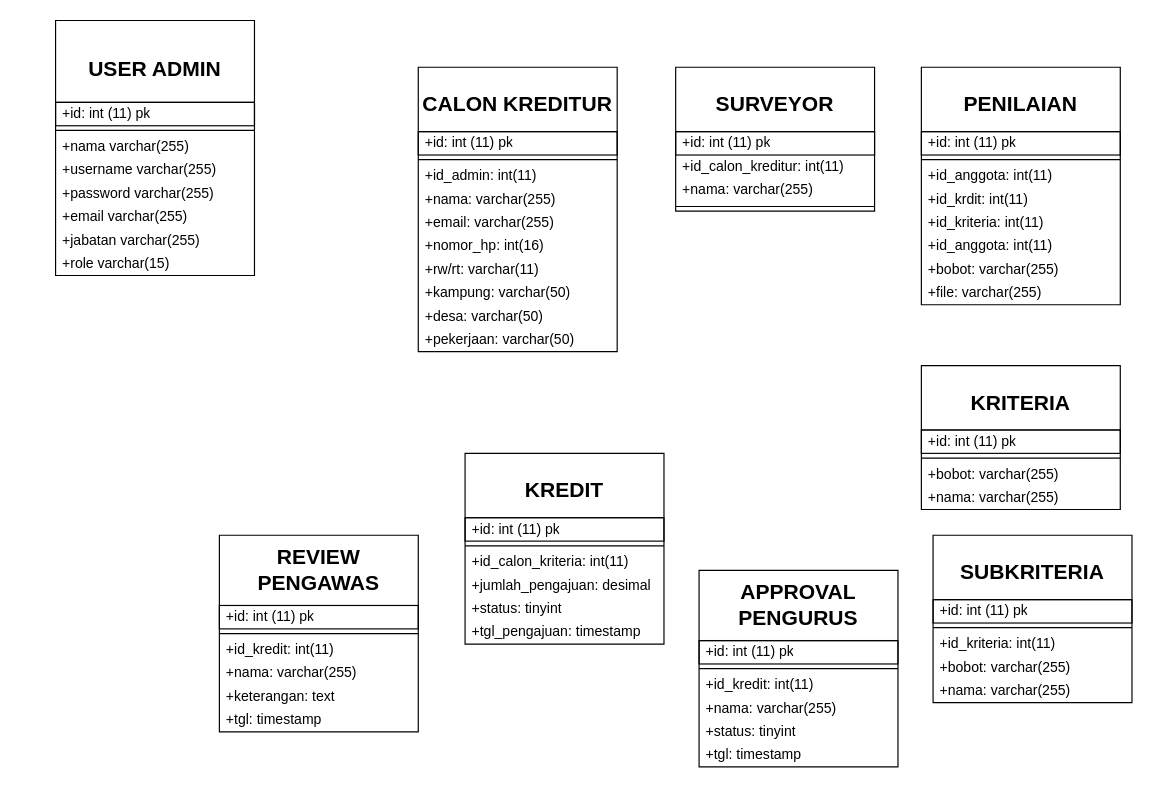
Above: page "LRS-V1" (40 of 41) of public/Untitled Diagram.drawio in alinurd/simpanPinjam (draw.io), before the change. Source tidied: cells renumbered, new cells numbered last; positions are measured from the earlier drawing's top-left corner, leaving out a move shared by most shapes. Both pictures are drawn from the tidied source at 117%, with x=0, y=0 at pixel (55, 20).
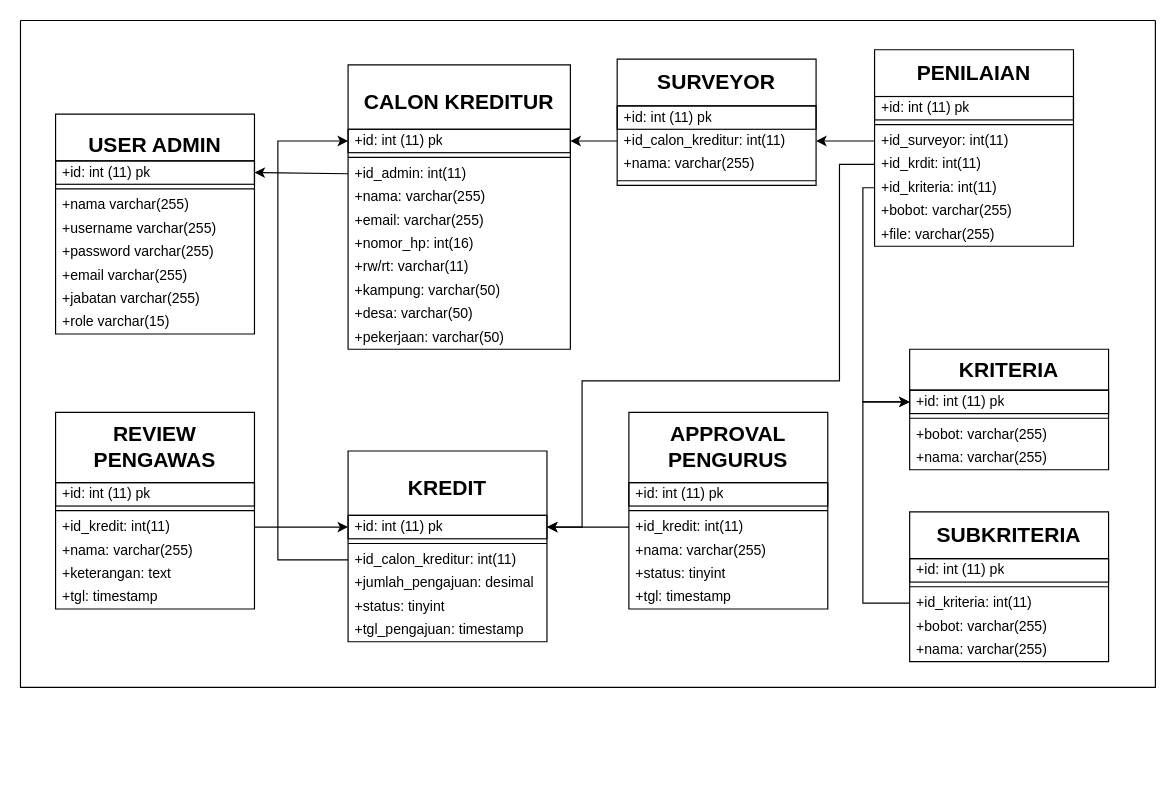
The same page after the edit.

The change refers to these unchanged cells:
```xml
<mxCell id="48" value="+id: int (11) pk" style="text;html=1;strokeColor=default;fillColor=none;align=left;verticalAlign=middle;spacingLeft=4;spacingRight=4;overflow=hidden;points=[[0,0.5],[1,0.5]];portConstraint=eastwest;whiteSpace=wrap;" parent="47" vertex="1">
  <mxGeometry y="55" width="170" height="20" as="geometry" />
</mxCell>
<mxCell id="57" value="+id_kredit: int(11)" style="text;html=1;strokeColor=none;fillColor=none;align=left;verticalAlign=middle;spacingLeft=4;spacingRight=4;overflow=hidden;points=[[0,0.5],[1,0.5]];portConstraint=eastwest;whiteSpace=wrap;" parent="54" vertex="1">
  <mxGeometry y="88" width="170" height="20" as="geometry" />
</mxCell>
<mxCell id="64" value="+id_kredit: int(11)" style="text;html=1;strokeColor=none;fillColor=none;align=left;verticalAlign=middle;spacingLeft=4;spacingRight=4;overflow=hidden;points=[[0,0.5],[1,0.5]];portConstraint=eastwest;whiteSpace=wrap;" parent="61" vertex="1">
  <mxGeometry y="88" width="170" height="20" as="geometry" />
</mxCell>
```

What changed in the source:
```diff
@@
     <mxCell id="2" value="&lt;h2&gt;CALON KREDITUR&lt;br&gt;&lt;/h2&gt;" style="swimlane;fontStyle=0;align=center;verticalAlign=top;horizontal=1;startSize=55;html=1;whiteSpace=wrap;" parent="1" vertex="1">
-      <mxGeometry x="310" y="40" width="170" height="243" as="geometry" />
+      <mxGeometry x="250" y="38" width="190" height="243" as="geometry" />
     </mxCell>
     <mxCell id="3" value="+id: int (11) pk" style="text;html=1;strokeColor=default;fillColor=none;align=left;verticalAlign=middle;spacingLeft=4;spacingRight=4;overflow=hidden;points=[[0,0.5],[1,0.5]];portConstraint=eastwest;whiteSpace=wrap;" parent="2" vertex="1">
-      <mxGeometry y="55" width="170" height="20" as="geometry" />
+      <mxGeometry y="55" width="190" height="20" as="geometry" />
     </mxCell>
     <mxCell id="4" style="line;strokeWidth=1;fillColor=none;align=left;verticalAlign=middle;spacingTop=-1;spacingLeft=3;spacingRight=3;labelPosition=right;" parent="2" vertex="1">
-      <mxGeometry y="75" width="170" height="8" as="geometry" />
+      <mxGeometry y="75" width="190" height="8" as="geometry" />
     </mxCell>
     <mxCell id="5" value="+id_admin: int(11)" style="text;html=1;strokeColor=none;fillColor=none;align=left;verticalAlign=middle;spacingLeft=4;spacingRight=4;overflow=hidden;points=[[0,0.5],[1,0.5]];portConstraint=eastwest;whiteSpace=wrap;" parent="2" vertex="1">
-      <mxGeometry y="83" width="170" height="20" as="geometry" />
+      <mxGeometry y="83" width="190" height="20" as="geometry" />
     </mxCell>
     <mxCell id="6" value="+nama: varchar(255)" style="text;html=1;strokeColor=none;fillColor=none;align=left;verticalAlign=middle;spacingLeft=4;spacingRight=4;overflow=hidden;whiteSpace=wrap;" parent="2" vertex="1">
-      <mxGeometry y="103" width="170" height="20" as="geometry" />
+      <mxGeometry y="103" width="190" height="20" as="geometry" />
     </mxCell>
     <mxCell id="7" value="+email: varchar(255)" style="text;html=1;strokeColor=none;fillColor=none;align=left;verticalAlign=middle;spacingLeft=4;spacingRight=4;overflow=hidden;whiteSpace=wrap;" parent="2" vertex="1">
-      <mxGeometry y="123" width="170" height="20" as="geometry" />
+      <mxGeometry y="123" width="190" height="20" as="geometry" />
     </mxCell>
     <mxCell id="8" value="+nomor_hp: int(16)" style="text;html=1;strokeColor=none;fillColor=none;align=left;verticalAlign=middle;spacingLeft=4;spacingRight=4;overflow=hidden;whiteSpace=wrap;" parent="2" vertex="1">
-      <mxGeometry y="143" width="170" height="20" as="geometry" />
+      <mxGeometry y="143" width="190" height="20" as="geometry" />
     </mxCell>
     <mxCell id="9" value="+rw/rt: varchar(11)" style="text;html=1;strokeColor=none;fillColor=none;align=left;verticalAlign=middle;spacingLeft=4;spacingRight=4;overflow=hidden;whiteSpace=wrap;" parent="2" vertex="1">
-      <mxGeometry y="163" width="170" height="20" as="geometry" />
+      <mxGeometry y="163" width="190" height="20" as="geometry" />
     </mxCell>
     <mxCell id="10" value="+kampung: varchar(50)" style="text;html=1;strokeColor=none;fillColor=none;align=left;verticalAlign=middle;spacingLeft=4;spacingRight=4;overflow=hidden;whiteSpace=wrap;" parent="2" vertex="1">
-      <mxGeometry y="183" width="170" height="20" as="geometry" />
+      <mxGeometry y="183" width="190" height="20" as="geometry" />
     </mxCell>
     <mxCell id="11" value="+desa: varchar(50)" style="text;html=1;strokeColor=none;fillColor=none;align=left;verticalAlign=middle;spacingLeft=4;spacingRight=4;overflow=hidden;whiteSpace=wrap;" parent="2" vertex="1">
-      <mxGeometry y="203" width="170" height="20" as="geometry" />
+      <mxGeometry y="203" width="190" height="20" as="geometry" />
     </mxCell>
     <mxCell id="12" value="+pekerjaan: varchar(50)" style="text;html=1;strokeColor=none;fillColor=none;align=left;verticalAlign=middle;spacingLeft=4;spacingRight=4;overflow=hidden;whiteSpace=wrap;" parent="2" vertex="1">
-      <mxGeometry y="223" width="170" height="20" as="geometry" />
+      <mxGeometry y="223" width="190" height="20" as="geometry" />
     </mxCell>
-    <mxCell id="13" value="&lt;br&gt;&lt;h2&gt;USER ADMIN&lt;br&gt;&lt;/h2&gt;" style="swimlane;fontStyle=0;align=center;verticalAlign=middle;horizontal=1;startSize=70;html=1;whiteSpace=wrap;" parent="1" vertex="1">
-      <mxGeometry width="170" height="218" as="geometry" />
+    <mxCell id="13" value="&lt;br&gt;&lt;h2&gt;USER ADMIN&lt;br&gt;&lt;/h2&gt;" style="swimlane;fontStyle=0;align=center;verticalAlign=middle;horizontal=1;startSize=40;html=1;whiteSpace=wrap;" parent="1" vertex="1">
+      <mxGeometry y="80" width="170" height="188" as="geometry" />
     </mxCell>
     <mxCell id="14" value="+id: int (11) pk" style="text;html=1;strokeColor=default;fillColor=none;align=left;verticalAlign=middle;spacingLeft=4;spacingRight=4;overflow=hidden;points=[[0,0.5],[1,0.5]];portConstraint=eastwest;whiteSpace=wrap;" parent="13" vertex="1">
-      <mxGeometry y="70" width="170" height="20" as="geometry" />
+      <mxGeometry y="40" width="170" height="20" as="geometry" />
     </mxCell>
     <mxCell id="15" style="line;strokeWidth=1;fillColor=none;align=left;verticalAlign=middle;spacingTop=-1;spacingLeft=3;spacingRight=3;labelPosition=right;" parent="13" vertex="1">
-      <mxGeometry y="90" width="170" height="8" as="geometry" />
+      <mxGeometry y="60" width="170" height="8" as="geometry" />
     </mxCell>
     <mxCell id="16" value="+nama varchar(255)" style="text;html=1;strokeColor=none;fillColor=none;align=left;verticalAlign=middle;spacingLeft=4;spacingRight=4;overflow=hidden;whiteSpace=wrap;" parent="13" vertex="1">
-      <mxGeometry y="98" width="170" height="20" as="geometry" />
+      <mxGeometry y="68" width="170" height="20" as="geometry" />
     </mxCell>
     <mxCell id="17" value="+username varchar(255)" style="text;html=1;strokeColor=none;fillColor=none;align=left;verticalAlign=middle;spacingLeft=4;spacingRight=4;overflow=hidden;whiteSpace=wrap;" parent="13" vertex="1">
-      <mxGeometry y="118" width="170" height="20" as="geometry" />
+      <mxGeometry y="88" width="170" height="20" as="geometry" />
     </mxCell>
     <mxCell id="18" value="+password varchar(255)" style="text;html=1;strokeColor=none;fillColor=none;align=left;verticalAlign=middle;spacingLeft=4;spacingRight=4;overflow=hidden;whiteSpace=wrap;" parent="13" vertex="1">
-      <mxGeometry y="138" width="170" height="20" as="geometry" />
+      <mxGeometry y="108" width="170" height="20" as="geometry" />
     </mxCell>
     <mxCell id="19" value="+email varchar(255)" style="text;html=1;strokeColor=none;fillColor=none;align=left;verticalAlign=middle;spacingLeft=4;spacingRight=4;overflow=hidden;whiteSpace=wrap;" parent="13" vertex="1">
-      <mxGeometry y="158" width="170" height="20" as="geometry" />
+      <mxGeometry y="128" width="170" height="20" as="geometry" />
     </mxCell>
     <mxCell id="20" value="+jabatan varchar(255)" style="text;html=1;strokeColor=none;fillColor=none;align=left;verticalAlign=middle;spacingLeft=4;spacingRight=4;overflow=hidden;whiteSpace=wrap;" parent="13" vertex="1">
-      <mxGeometry y="178" width="170" height="20" as="geometry" />
+      <mxGeometry y="148" width="170" height="20" as="geometry" />
     </mxCell>
     <mxCell id="21" value="+role varchar(15)" style="text;html=1;strokeColor=none;fillColor=none;align=left;verticalAlign=middle;spacingLeft=4;spacingRight=4;overflow=hidden;whiteSpace=wrap;" parent="13" vertex="1">
-      <mxGeometry y="198" width="170" height="20" as="geometry" />
+      <mxGeometry y="168" width="170" height="20" as="geometry" />
     </mxCell>
-    <mxCell id="22" value="&lt;h2&gt;SURVEYOR&lt;br&gt;&lt;/h2&gt;" style="swimlane;fontStyle=0;align=center;verticalAlign=top;horizontal=1;startSize=55;html=1;whiteSpace=wrap;" parent="1" vertex="1">
-      <mxGeometry x="530" y="40" width="170" height="123" as="geometry" />
+    <mxCell id="22" value="&lt;h2&gt;SURVEYOR&lt;br&gt;&lt;/h2&gt;" style="swimlane;fontStyle=0;align=center;verticalAlign=middle;horizontal=1;startSize=40;html=1;whiteSpace=wrap;" parent="1" vertex="1">
+      <mxGeometry x="480" y="33" width="170" height="108" as="geometry" />
     </mxCell>
     <mxCell id="23" value="+id: int (11) pk" style="text;html=1;strokeColor=default;fillColor=none;align=left;verticalAlign=middle;spacingLeft=4;spacingRight=4;overflow=hidden;whiteSpace=wrap;" parent="22" vertex="1">
-      <mxGeometry y="55" width="170" height="20" as="geometry" />
+      <mxGeometry y="40" width="170" height="20" as="geometry" />
     </mxCell>
     <mxCell id="24" value="+id_calon_kreditur: int(11)" style="text;html=1;strokeColor=none;fillColor=none;align=left;verticalAlign=middle;spacingLeft=4;spacingRight=4;overflow=hidden;points=[[0,0.5],[1,0.5]];portConstraint=eastwest;whiteSpace=wrap;" parent="22" vertex="1">
-      <mxGeometry y="75" width="170" height="20" as="geometry" />
+      <mxGeometry y="60" width="170" height="20" as="geometry" />
     </mxCell>
     <mxCell id="25" value="+nama: varchar(255)" style="text;html=1;strokeColor=none;fillColor=none;align=left;verticalAlign=middle;spacingLeft=4;spacingRight=4;overflow=hidden;whiteSpace=wrap;" parent="22" vertex="1">
-      <mxGeometry y="95" width="170" height="20" as="geometry" />
+      <mxGeometry y="80" width="170" height="20" as="geometry" />
     </mxCell>
     <mxCell id="26" style="line;strokeWidth=1;fillColor=none;align=left;verticalAlign=middle;spacingTop=-1;spacingLeft=3;spacingRight=3;labelPosition=right;" parent="22" vertex="1">
-      <mxGeometry y="115" width="170" height="8" as="geometry" />
+      <mxGeometry y="100" width="170" height="8" as="geometry" />
     </mxCell>
-    <mxCell id="27" value="&lt;h2&gt;PENILAIAN&lt;br&gt;&lt;/h2&gt;" style="swimlane;fontStyle=0;align=center;verticalAlign=top;horizontal=1;startSize=55;html=1;whiteSpace=wrap;" parent="1" vertex="1">
-      <mxGeometry x="740" y="40" width="170" height="203" as="geometry" />
+    <mxCell id="27" value="&lt;h2&gt;PENILAIAN&lt;br&gt;&lt;/h2&gt;" style="swimlane;fontStyle=0;align=center;verticalAlign=middle;horizontal=1;startSize=40;html=1;whiteSpace=wrap;" parent="1" vertex="1">
+      <mxGeometry x="700" y="25" width="170" height="168" as="geometry" />
     </mxCell>
     <mxCell id="28" value="+id: int (11) pk" style="text;html=1;strokeColor=default;fillColor=none;align=left;verticalAlign=middle;spacingLeft=4;spacingRight=4;overflow=hidden;whiteSpace=wrap;" parent="27" vertex="1">
-      <mxGeometry y="55" width="170" height="20" as="geometry" />
+      <mxGeometry y="40" width="170" height="20" as="geometry" />
     </mxCell>
     <mxCell id="29" style="line;strokeWidth=1;fillColor=none;align=left;verticalAlign=middle;spacingTop=-1;spacingLeft=3;spacingRight=3;labelPosition=right;" parent="27" vertex="1">
-      <mxGeometry y="75" width="170" height="8" as="geometry" />
+      <mxGeometry y="60" width="170" height="8" as="geometry" />
     </mxCell>
-    <mxCell id="30" value="+id_anggota: int(11)" style="text;html=1;strokeColor=none;fillColor=none;align=left;verticalAlign=middle;spacingLeft=4;spacingRight=4;overflow=hidden;points=[[0,0.5],[1,0.5]];portConstraint=eastwest;whiteSpace=wrap;" parent="27" vertex="1">
-      <mxGeometry y="83" width="170" height="20" as="geometry" />
+    <mxCell id="30" value="+id_surveyor: int(11)" style="text;html=1;strokeColor=none;fillColor=none;align=left;verticalAlign=middle;spacingLeft=4;spacingRight=4;overflow=hidden;points=[[0,0.5],[1,0.5]];portConstraint=eastwest;whiteSpace=wrap;" parent="27" vertex="1">
+      <mxGeometry y="68" width="170" height="20" as="geometry" />
     </mxCell>
     <mxCell id="31" value="+id_krdit: int(11)" style="text;html=1;strokeColor=none;fillColor=none;align=left;verticalAlign=middle;spacingLeft=4;spacingRight=4;overflow=hidden;points=[[0,0.5],[1,0.5]];portConstraint=eastwest;whiteSpace=wrap;" parent="27" vertex="1">
-      <mxGeometry y="103" width="170" height="20" as="geometry" />
+      <mxGeometry y="88" width="170" height="20" as="geometry" />
     </mxCell>
     <mxCell id="32" value="+id_kriteria: int(11)" style="text;html=1;strokeColor=none;fillColor=none;align=left;verticalAlign=middle;spacingLeft=4;spacingRight=4;overflow=hidden;points=[[0,0.5],[1,0.5]];portConstraint=eastwest;whiteSpace=wrap;" parent="27" vertex="1">
-      <mxGeometry y="123" width="170" height="20" as="geometry" />
+      <mxGeometry y="108" width="170" height="20" as="geometry" />
     </mxCell>
-    <mxCell id="33" value="+id_anggota: int(11)" style="text;html=1;strokeColor=none;fillColor=none;align=left;verticalAlign=middle;spacingLeft=4;spacingRight=4;overflow=hidden;whiteSpace=wrap;" parent="27" vertex="1">
-      <mxGeometry y="143" width="170" height="20" as="geometry" />
-    </mxCell>
     <mxCell id="34" value="+bobot: varchar(255)" style="text;html=1;strokeColor=none;fillColor=none;align=left;verticalAlign=middle;spacingLeft=4;spacingRight=4;overflow=hidden;whiteSpace=wrap;" parent="27" vertex="1">
-      <mxGeometry y="163" width="170" height="20" as="geometry" />
+      <mxGeometry y="128" width="170" height="20" as="geometry" />
     </mxCell>
     <mxCell id="35" value="+file: varchar(255)" style="text;html=1;strokeColor=none;fillColor=none;align=left;verticalAlign=middle;spacingLeft=4;spacingRight=4;overflow=hidden;whiteSpace=wrap;" parent="27" vertex="1">
-      <mxGeometry y="183" width="170" height="20" as="geometry" />
+      <mxGeometry y="148" width="170" height="20" as="geometry" />
     </mxCell>
-    <mxCell id="36" value="&lt;h2&gt;KRITERIA&lt;br&gt;&lt;/h2&gt;" style="swimlane;fontStyle=0;align=center;verticalAlign=top;horizontal=1;startSize=55;html=1;whiteSpace=wrap;" parent="1" vertex="1">
-      <mxGeometry x="740" y="295" width="170" height="123" as="geometry" />
+    <mxCell id="36" value="&lt;h2&gt;KRITERIA&lt;br&gt;&lt;/h2&gt;" style="swimlane;fontStyle=0;align=center;verticalAlign=middle;horizontal=1;startSize=35;html=1;whiteSpace=wrap;" parent="1" vertex="1">
+      <mxGeometry x="730" y="281" width="170" height="103" as="geometry" />
     </mxCell>
     <mxCell id="37" value="+id: int (11) pk" style="text;html=1;strokeColor=default;fillColor=none;align=left;verticalAlign=middle;spacingLeft=4;spacingRight=4;overflow=hidden;points=[[0,0.5],[1,0.5]];portConstraint=eastwest;whiteSpace=wrap;" parent="36" vertex="1">
-      <mxGeometry y="55" width="170" height="20" as="geometry" />
+      <mxGeometry y="35" width="170" height="20" as="geometry" />
     </mxCell>
     <mxCell id="38" style="line;strokeWidth=1;fillColor=none;align=left;verticalAlign=middle;spacingTop=-1;spacingLeft=3;spacingRight=3;labelPosition=right;" parent="36" vertex="1">
-      <mxGeometry y="75" width="170" height="8" as="geometry" />
+      <mxGeometry y="55" width="170" height="8" as="geometry" />
     </mxCell>
     <mxCell id="39" value="+bobot: varchar(255)" style="text;html=1;strokeColor=none;fillColor=none;align=left;verticalAlign=middle;spacingLeft=4;spacingRight=4;overflow=hidden;whiteSpace=wrap;" parent="36" vertex="1">
-      <mxGeometry y="83" width="170" height="20" as="geometry" />
+      <mxGeometry y="63" width="170" height="20" as="geometry" />
     </mxCell>
     <mxCell id="40" value="+nama: varchar(255)" style="text;html=1;strokeColor=none;fillColor=none;align=left;verticalAlign=middle;spacingLeft=4;spacingRight=4;overflow=hidden;whiteSpace=wrap;" parent="36" vertex="1">
-      <mxGeometry y="103" width="170" height="20" as="geometry" />
+      <mxGeometry y="83" width="170" height="20" as="geometry" />
     </mxCell>
-    <mxCell id="41" value="&lt;h2&gt;SUBKRITERIA&lt;br&gt;&lt;/h2&gt;" style="swimlane;fontStyle=0;align=center;verticalAlign=top;horizontal=1;startSize=55;html=1;whiteSpace=wrap;" parent="1" vertex="1">
-      <mxGeometry x="750" y="440" width="170" height="143" as="geometry" />
+    <mxCell id="41" value="&lt;h2&gt;SUBKRITERIA&lt;br&gt;&lt;/h2&gt;" style="swimlane;fontStyle=0;align=center;verticalAlign=middle;horizontal=1;startSize=40;html=1;whiteSpace=wrap;" parent="1" vertex="1">
+      <mxGeometry x="730" y="420" width="170" height="128" as="geometry" />
     </mxCell>
     <mxCell id="42" value="+id: int (11) pk" style="text;html=1;strokeColor=default;fillColor=none;align=left;verticalAlign=middle;spacingLeft=4;spacingRight=4;overflow=hidden;whiteSpace=wrap;" parent="41" vertex="1">
-      <mxGeometry y="55" width="170" height="20" as="geometry" />
+      <mxGeometry y="40" width="170" height="20" as="geometry" />
     </mxCell>
     <mxCell id="43" style="line;strokeWidth=1;fillColor=none;align=left;verticalAlign=middle;spacingTop=-1;spacingLeft=3;spacingRight=3;labelPosition=right;" parent="41" vertex="1">
-      <mxGeometry y="75" width="170" height="8" as="geometry" />
+      <mxGeometry y="60" width="170" height="8" as="geometry" />
     </mxCell>
     <mxCell id="44" value="+id_kriteria: int(11)" style="text;html=1;strokeColor=none;fillColor=none;align=left;verticalAlign=middle;spacingLeft=4;spacingRight=4;overflow=hidden;points=[[0,0.5],[1,0.5]];portConstraint=eastwest;whiteSpace=wrap;" parent="41" vertex="1">
-      <mxGeometry y="83" width="170" height="20" as="geometry" />
+      <mxGeometry y="68" width="170" height="20" as="geometry" />
     </mxCell>
     <mxCell id="45" value="+bobot: varchar(255)" style="text;html=1;strokeColor=none;fillColor=none;align=left;verticalAlign=middle;spacingLeft=4;spacingRight=4;overflow=hidden;whiteSpace=wrap;" parent="41" vertex="1">
-      <mxGeometry y="103" width="170" height="20" as="geometry" />
+      <mxGeometry y="88" width="170" height="20" as="geometry" />
     </mxCell>
     <mxCell id="46" value="+nama: varchar(255)" style="text;html=1;strokeColor=none;fillColor=none;align=left;verticalAlign=middle;spacingLeft=4;spacingRight=4;overflow=hidden;whiteSpace=wrap;" parent="41" vertex="1">
-      <mxGeometry y="123" width="170" height="20" as="geometry" />
+      <mxGeometry y="108" width="170" height="20" as="geometry" />
     </mxCell>
     <mxCell id="47" value="&lt;h2&gt;KREDIT&lt;br&gt;&lt;/h2&gt;" style="swimlane;fontStyle=0;align=center;verticalAlign=top;horizontal=1;startSize=55;html=1;whiteSpace=wrap;" parent="1" vertex="1">
-      <mxGeometry x="350" y="370" width="170" height="163" as="geometry" />
+      <mxGeometry x="250" y="368" width="170" height="163" as="geometry" />
     </mxCell>
@@
-    <mxCell id="50" value="+id_calon_kriteria: int(11)" style="text;html=1;strokeColor=none;fillColor=none;align=left;verticalAlign=middle;spacingLeft=4;spacingRight=4;overflow=hidden;points=[[0,0.5],[1,0.5]];portConstraint=eastwest;whiteSpace=wrap;" parent="47" vertex="1">
+    <mxCell id="50" value="+id_calon_kreditur: int(11)" style="text;html=1;strokeColor=none;fillColor=none;align=left;verticalAlign=middle;spacingLeft=4;spacingRight=4;overflow=hidden;points=[[0,0.5],[1,0.5]];portConstraint=eastwest;whiteSpace=wrap;" parent="47" vertex="1">
       <mxGeometry y="83" width="170" height="20" as="geometry" />
     </mxCell>
@@
     <mxCell id="54" value="&lt;h2&gt;APPROVAL PENGURUS&lt;br&gt;&lt;/h2&gt;" style="swimlane;fontStyle=0;align=center;verticalAlign=middle;horizontal=1;startSize=60;html=1;whiteSpace=wrap;" parent="1" vertex="1">
-      <mxGeometry x="550" y="470" width="170" height="168" as="geometry" />
+      <mxGeometry x="490" y="335" width="170" height="168" as="geometry" />
     </mxCell>
@@
     <mxCell id="61" value="&lt;h2&gt;REVIEW PENGAWAS&lt;br&gt;&lt;/h2&gt;" style="swimlane;fontStyle=0;align=center;verticalAlign=middle;horizontal=1;startSize=60;html=1;whiteSpace=wrap;" parent="1" vertex="1">
-      <mxGeometry x="140" y="440" width="170" height="168" as="geometry" />
+      <mxGeometry y="335" width="170" height="168" as="geometry" />
     </mxCell>
@@
+    <mxCell id="68" style="endArrow=classic;html=1;rounded=0;entryX=1;entryY=0.5;entryDx=0;entryDy=0;exitX=0;exitY=0.5;exitDx=0;exitDy=0;" parent="1" edge="1" source="5" target="14">
+      <mxGeometry relative="1" as="geometry" />
+    </mxCell>
+    <mxCell id="69" style="endArrow=classic;html=1;rounded=0;entryX=1;entryY=0.5;entryDx=0;entryDy=0;exitX=0;exitY=0.5;exitDx=0;exitDy=0;" parent="1" edge="1" source="24" target="3">
+      <mxGeometry relative="1" as="geometry" />
+    </mxCell>
+    <mxCell id="70" style="endArrow=classic;html=1;rounded=0;entryX=1;entryY=0.5;entryDx=0;entryDy=0;exitX=0;exitY=0.5;exitDx=0;exitDy=0;" parent="1" edge="1" source="30" target="24">
+      <mxGeometry relative="1" as="geometry" />
+    </mxCell>
+    <mxCell id="71" style="endArrow=classic;html=1;rounded=0;entryX=1;entryY=0.5;entryDx=0;entryDy=0;exitX=0;exitY=0.5;exitDx=0;exitDy=0;" parent="1" edge="1" source="31" target="48">
+      <mxGeometry relative="1" as="geometry">
+        <Array as="points">
+          <mxPoint x="670" y="123" />
+          <mxPoint x="670" y="308" />
+          <mxPoint x="560" y="308" />
+          <mxPoint x="450" y="308" />
+          <mxPoint x="450" y="433" />
+        </Array>
+      </mxGeometry>
+    </mxCell>
+    <mxCell id="72" style="endArrow=classic;html=1;rounded=0;entryX=0;entryY=0.5;entryDx=0;entryDy=0;exitX=0;exitY=0.5;exitDx=0;exitDy=0;" parent="1" edge="1" source="44" target="37">
+      <mxGeometry relative="1" as="geometry">
+        <Array as="points">
+          <mxPoint x="690" y="498" />
+          <mxPoint x="690" y="380" />
+          <mxPoint x="690" y="326" />
+        </Array>
+      </mxGeometry>
+    </mxCell>
+    <mxCell id="73" style="endArrow=classic;html=1;rounded=0;entryX=1;entryY=0.5;entryDx=0;entryDy=0;exitX=0;exitY=0.5;exitDx=0;exitDy=0;" parent="1" edge="1" source="57" target="48">
+      <mxGeometry relative="1" as="geometry" />
+    </mxCell>
+    <mxCell id="74" style="endArrow=classic;html=1;rounded=0;entryX=0;entryY=0.5;entryDx=0;entryDy=0;exitX=1;exitY=0.5;exitDx=0;exitDy=0;" parent="1" edge="1" source="64" target="48">
+      <mxGeometry relative="1" as="geometry" />
+    </mxCell>
+    <mxCell id="75" style="endArrow=classic;html=1;rounded=0;entryX=0;entryY=0.5;entryDx=0;entryDy=0;exitX=0;exitY=0.5;exitDx=0;exitDy=0;" parent="1" edge="1" source="50" target="3">
+      <mxGeometry relative="1" as="geometry">
+        <Array as="points">
+          <mxPoint x="190" y="461" />
+          <mxPoint x="190" y="103" />
+        </Array>
+      </mxGeometry>
+    </mxCell>
+    <mxCell id="76" style="endArrow=classic;html=1;rounded=0;exitX=0;exitY=0.5;exitDx=0;exitDy=0;entryX=0;entryY=0.5;entryDx=0;entryDy=0;" parent="1" edge="1" source="32" target="37">
+      <mxGeometry relative="1" as="geometry">
+        <Array as="points">
+          <mxPoint x="690" y="143" />
+          <mxPoint x="690" y="326" />
+        </Array>
+      </mxGeometry>
+    </mxCell>
+    <mxCell id="77" style="swimlane;startSize=0;" parent="1" vertex="1">
+      <mxGeometry x="-30" width="970" height="570" as="geometry" />
+    </mxCell>
```
